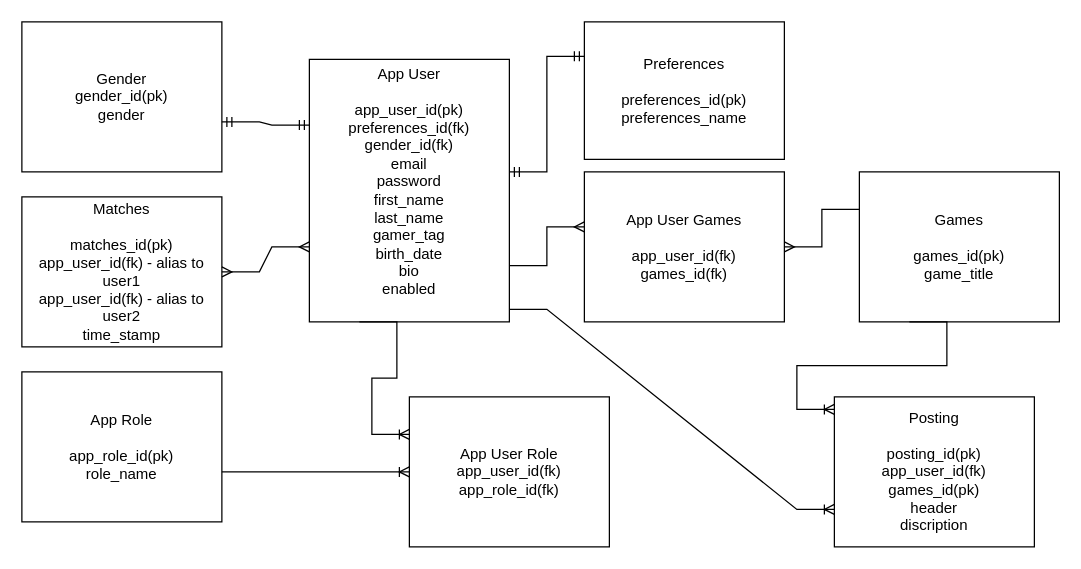
This is capstone.drawio from JLDeee/capstone, a draw.io file, before an edit. Source tidied: cells renumbered, new cells numbered last; positions are measured from the earlier drawing's top-left corner, leaving out a move shared by most shapes. Both pictures are drawn from the tidied source at 125%, with x=0, y=0 at pixel (21, 21).
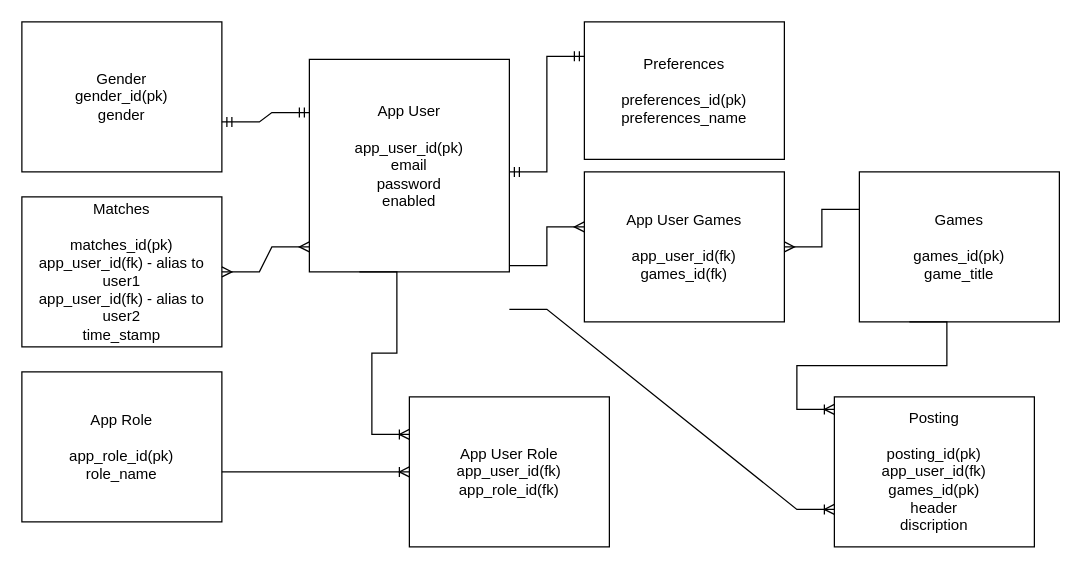
After the change.

The edit, as a diff of the source:
```diff
@@
-    <mxCell id="3" value="App User&lt;br&gt;&lt;br&gt;app_user_id(pk)&lt;br&gt;preferences_id(fk)&lt;br&gt;gender_id(fk)&lt;br&gt;&lt;div style=&quot;&quot;&gt;email&lt;/div&gt;&lt;div style=&quot;&quot;&gt;password&lt;/div&gt;&lt;div style=&quot;&quot;&gt;&lt;div&gt;first_name&lt;/div&gt;&lt;div&gt;last_name&lt;/div&gt;&lt;div&gt;gamer_tag&lt;/div&gt;&lt;/div&gt;&lt;div style=&quot;&quot;&gt;birth_date&lt;/div&gt;&lt;div style=&quot;&quot;&gt;bio&lt;/div&gt;&lt;div style=&quot;&quot;&gt;enabled&lt;/div&gt;&lt;div style=&quot;&quot;&gt;&lt;br&gt;&lt;/div&gt;" style="rounded=0;whiteSpace=wrap;html=1;align=center;" parent="1" vertex="1">
-      <mxGeometry x="230" y="30" width="160" height="210" as="geometry" />
+    <mxCell id="3" value="App User&lt;br&gt;&lt;br&gt;app_user_id(pk)&lt;br&gt;&lt;div style=&quot;&quot;&gt;email&lt;/div&gt;&lt;div style=&quot;&quot;&gt;password&lt;/div&gt;&lt;div style=&quot;&quot;&gt;enabled&lt;/div&gt;&lt;div style=&quot;&quot;&gt;&lt;br&gt;&lt;/div&gt;" style="rounded=0;whiteSpace=wrap;html=1;align=center;" parent="1" vertex="1">
+      <mxGeometry x="230" y="30" width="160" height="170" as="geometry" />
     </mxCell>
```
